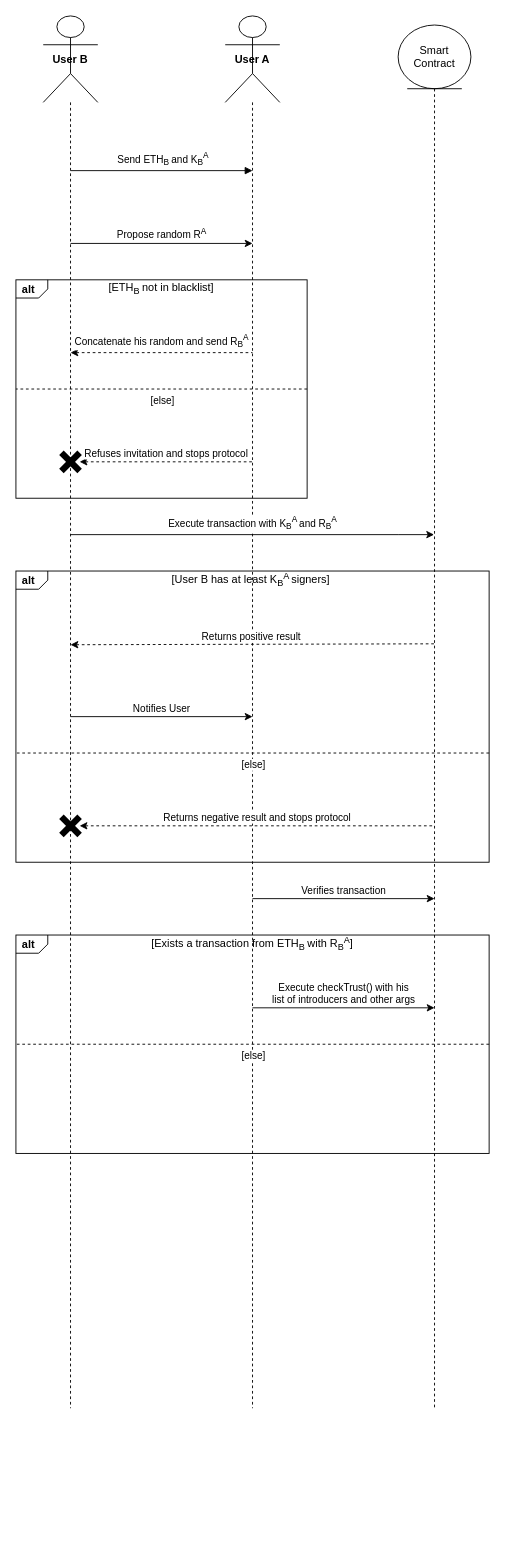
This is SequenceDiagram/Diagramma senza titolo.drawio from savernike/DiagramsSet, a draw.io file, before an edit. Source tidied: cells renumbered, new cells numbered last; positions are measured from the earlier drawing's top-left corner, leaving out a move shared by most shapes. Both pictures are drawn from the tidied source at 91%, with x=0, y=0 at pixel (15, 15).
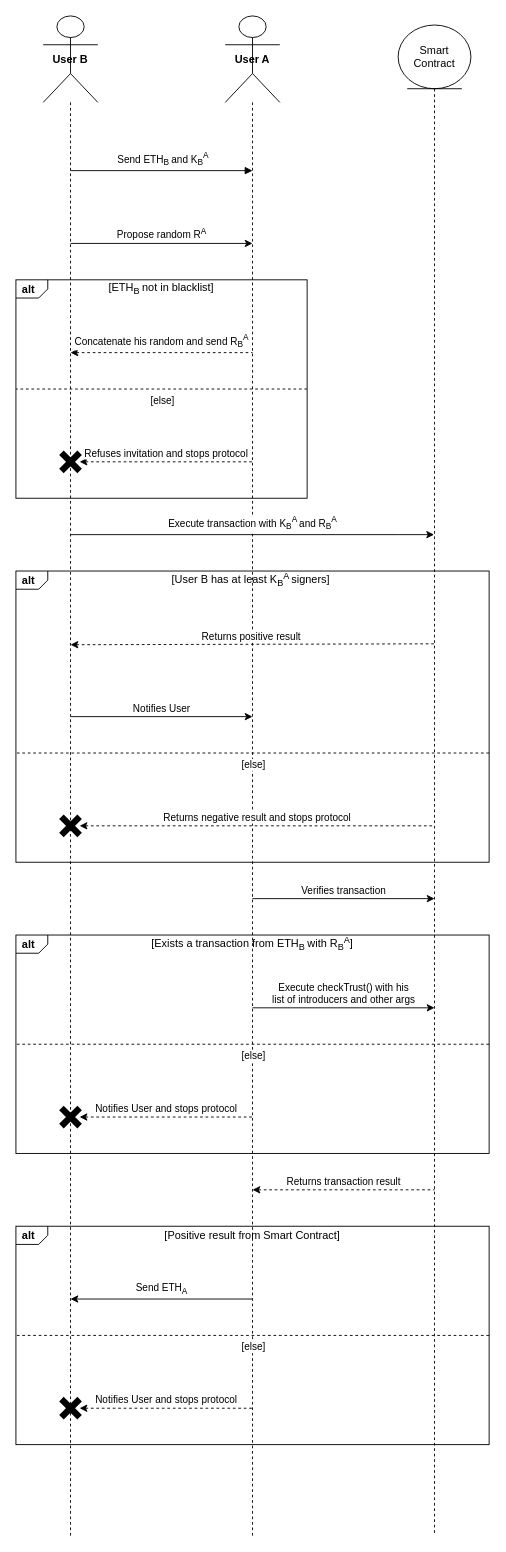
Above is the later version.

Commit message:
Completamento Sequence del protocollo

What changed in the source:
```diff
@@
     <mxCell id="2" value="&lt;b&gt;User B&lt;/b&gt;" style="shape=umlLifeline;perimeter=lifelinePerimeter;whiteSpace=wrap;html=1;newEdgeStyle={&quot;curved&quot;:0,&quot;rounded&quot;:0};participant=umlActor;size=95;" parent="1" vertex="1">
-      <mxGeometry x="30" width="60" height="1530" as="geometry" />
+      <mxGeometry x="30" width="60" height="1670" as="geometry" />
     </mxCell>
     <mxCell id="3" value="&lt;b&gt;User A&lt;/b&gt;" style="shape=umlLifeline;perimeter=lifelinePerimeter;whiteSpace=wrap;html=1;newEdgeStyle={&quot;curved&quot;:0,&quot;rounded&quot;:0};participant=umlActor;size=95;" parent="1" vertex="1">
-      <mxGeometry x="230" width="60" height="1530" as="geometry" />
+      <mxGeometry x="230" width="60" height="1670" as="geometry" />
     </mxCell>
     <mxCell id="4" value="Smart Contract" style="shape=umlLifeline;perimeter=lifelinePerimeter;whiteSpace=wrap;html=1;outlineConnect=0;portConstraint=eastwest;newEdgeStyle={&quot;curved&quot;:0,&quot;rounded&quot;:0};participant=umlEntity;size=70;" parent="1" vertex="1">
-      <mxGeometry x="420" y="10" width="80" height="1520" as="geometry" />
+      <mxGeometry x="420" y="10" width="80" height="1660" as="geometry" />
     </mxCell>
@@
+    <mxCell id="29" value="Notifies User and stops protocol" style="html=1;verticalAlign=bottom;endArrow=none;curved=0;rounded=0;startArrow=classic;startFill=1;endFill=0;dashed=1;" parent="1" edge="1">
+      <mxGeometry relative="1" as="geometry">
+        <mxPoint x="70" y="1210" as="sourcePoint" />
+        <mxPoint x="260" y="1210" as="targetPoint" />
+      </mxGeometry>
+    </mxCell>
+    <mxCell id="30" style="shape=mxgraph.sysml.x;strokeWidth=7;" parent="1" vertex="1">
+      <mxGeometry x="50" y="1200" width="20" height="20" as="geometry" />
+    </mxCell>
+    <mxCell id="31" value="Returns transaction result" style="html=1;verticalAlign=bottom;endArrow=none;curved=0;rounded=0;startArrow=classic;startFill=1;endFill=0;dashed=1;" parent="1" edge="1">
+      <mxGeometry relative="1" as="geometry">
+        <mxPoint x="260" y="1290" as="sourcePoint" />
+        <mxPoint x="460" y="1290" as="targetPoint" />
+      </mxGeometry>
+    </mxCell>
+    <mxCell id="32" value="alt" style="html=1;shape=mxgraph.sysml.package;labelX=35;fontStyle=1;align=left;verticalAlign=top;spacingLeft=5;spacingTop=-3;fillColor=none;" parent="1" vertex="1">
+      <mxGeometry y="1330" width="520" height="240" as="geometry" />
+    </mxCell>
+    <mxCell id="33" style="strokeColor=inherit;fillColor=inherit;gradientColor=inherit;endArrow=none;html=1;edgeStyle=none;dashed=1;rounded=0;entryX=0;entryY=0.5;entryDx=0;entryDy=0;entryPerimeter=0;exitX=1;exitY=0.5;exitDx=0;exitDy=0;exitPerimeter=0;" parent="1" edge="1" source="32" target="32">
+      <mxGeometry relative="1" as="geometry" />
+    </mxCell>
+    <mxCell id="34" value="[else]" style="edgeLabel;html=1;align=center;verticalAlign=top;" parent="33" vertex="1">
+      <mxGeometry relative="1" as="geometry" />
+    </mxCell>
+    <mxCell id="35" value="[Positive result from Smart Contract]" style="text;html=1;strokeColor=none;fillColor=none;align=center;verticalAlign=middle;whiteSpace=wrap;rounded=0;" parent="1" vertex="1">
+      <mxGeometry x="40" y="1330" width="440" height="20" as="geometry" />
+    </mxCell>
+    <mxCell id="36" value="Send ETH&lt;sub&gt;A&lt;/sub&gt;" style="html=1;verticalAlign=bottom;endArrow=none;curved=0;rounded=0;startArrow=classic;startFill=1;endFill=0;" parent="1" edge="1">
+      <mxGeometry relative="1" as="geometry">
+        <mxPoint x="60" y="1410" as="sourcePoint" />
+        <mxPoint x="260" y="1410" as="targetPoint" />
+      </mxGeometry>
+    </mxCell>
+    <mxCell id="37" value="Notifies User and stops protocol" style="html=1;verticalAlign=bottom;endArrow=none;curved=0;rounded=0;startArrow=classic;startFill=1;endFill=0;dashed=1;" parent="1" edge="1">
+      <mxGeometry relative="1" as="geometry">
+        <mxPoint x="70" y="1530" as="sourcePoint" />
+        <mxPoint x="260" y="1530" as="targetPoint" />
+      </mxGeometry>
+    </mxCell>
+    <mxCell id="38" style="shape=mxgraph.sysml.x;strokeWidth=7;" parent="1" vertex="1">
+      <mxGeometry x="50" y="1520" width="20" height="20" as="geometry" />
+    </mxCell>
```
